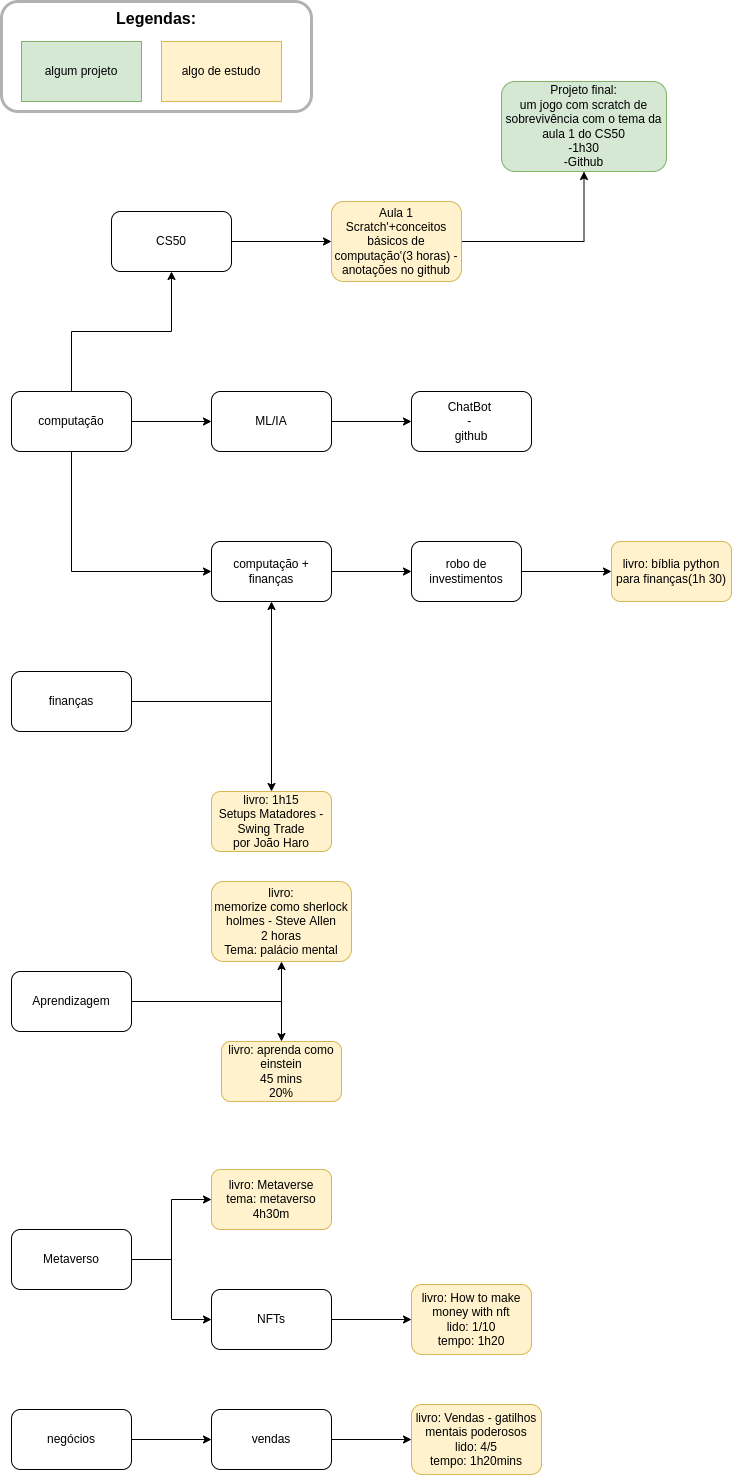
gu-nog/my-studies keeps this draw.io diagram as mystudies.drawio.png. Above is the earlier version. Source tidied: cells renumbered, new cells last; positions are measured from the earlier drawing's top-left corner, leaving out a move shared by most shapes.
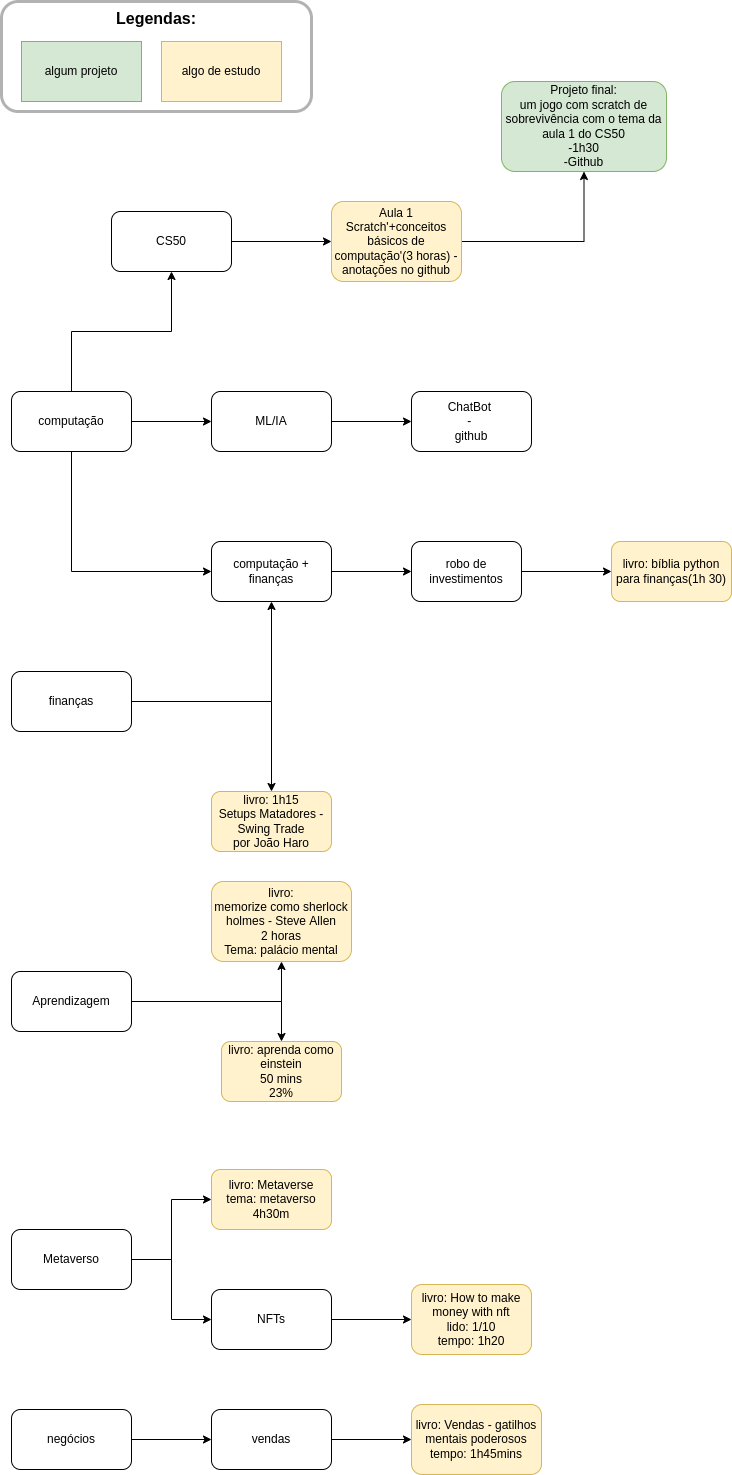
After the commit.

Change to the diagram source:
```diff
@@ -111,7 +111,7 @@
     <mxCell id="36" value="vendas" style="whiteSpace=wrap;html=1;rounded=1;" parent="1" vertex="1">
       <mxGeometry x="210" y="1408" width="120" height="60" as="geometry" />
     </mxCell>
-    <mxCell id="37" value="livro: Vendas - gatilhos mentais poderosos&lt;br&gt;lido: 4/5&lt;br&gt;tempo: 1h20mins" style="whiteSpace=wrap;html=1;rounded=1;fillColor=#fff2cc;strokeColor=#d6b656;" parent="1" vertex="1">
+    <mxCell id="37" value="livro: Vendas - gatilhos mentais poderosos&lt;br&gt;tempo: 1h45mins" style="whiteSpace=wrap;html=1;rounded=1;fillColor=#fff2cc;strokeColor=#d6b656;" parent="1" vertex="1">
       <mxGeometry x="410" y="1403" width="130" height="70" as="geometry" />
     </mxCell>
     <mxCell id="38" style="edgeStyle=orthogonalEdgeStyle;rounded=0;jettySize=auto;html=1;" parent="1" edge="1" source="39" target="41">
@@ -131,7 +131,7 @@
     <mxCell id="41" value="livro: How to make money with nft&lt;br&gt;lido: 1/10&lt;br&gt;tempo: 1h20" style="rounded=1;whiteSpace=wrap;html=1;fillColor=#fff2cc;strokeColor=#d6b656;" parent="1" vertex="1">
       <mxGeometry x="410" y="1283" width="120" height="70" as="geometry" />
     </mxCell>
-    <mxCell id="42" value="livro: aprenda como einstein&lt;br&gt;45 mins&lt;br&gt;20%" style="whiteSpace=wrap;html=1;rounded=1;fillColor=#fff2cc;strokeColor=#d6b656;" parent="1" vertex="1">
+    <mxCell id="42" value="livro: aprenda como einstein&lt;br&gt;50 mins&lt;br&gt;23%" style="whiteSpace=wrap;html=1;rounded=1;fillColor=#fff2cc;strokeColor=#d6b656;" parent="1" vertex="1">
       <mxGeometry x="220" y="1040" width="120" height="60" as="geometry" />
     </mxCell>
   </root>
```
